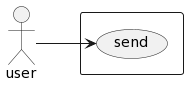
ashwinkrishna979/uml_generator keeps this PlantUML diagram as uml_converter/app/templates/puml.png. Above is the earlier version.
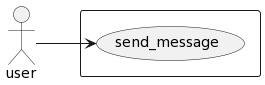
The same diagram one commit later.

What changed in the source:
```diff
@@ -2,7 +2,7 @@
 left to right direction
 actor user as f0
 rectangle {
-usecase send as u0
+usecase send_message as u0
 }
 f0 --> u0
 @enduml
```
